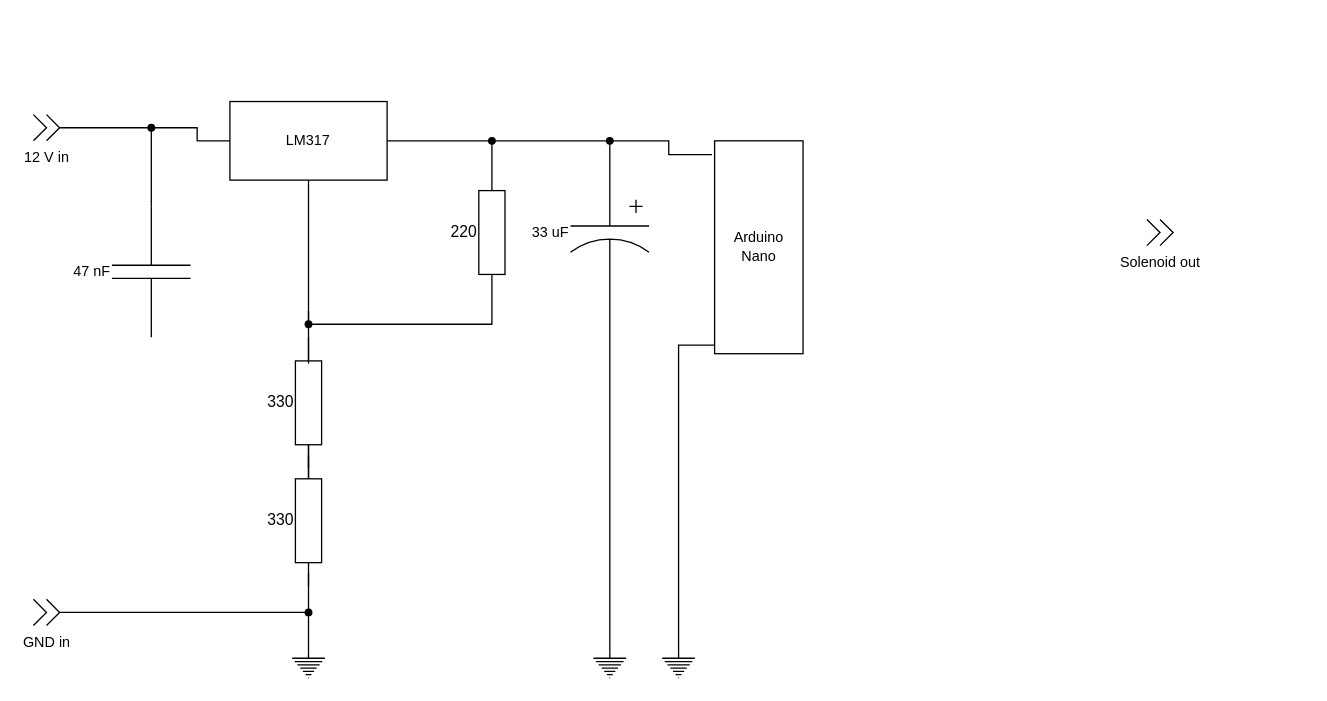
Above: page "Med DRV8801" (2 of 2) of pto_control_schematic.drawio in dangu/pto_control (draw.io), before the change. Source tidied: cells renumbered, new cells numbered last; positions are measured from the earlier drawing's top-left corner, leaving out a move shared by most shapes. Both pictures are drawn from the tidied source at 131%, with x=0, y=0 at pixel (33, 101).
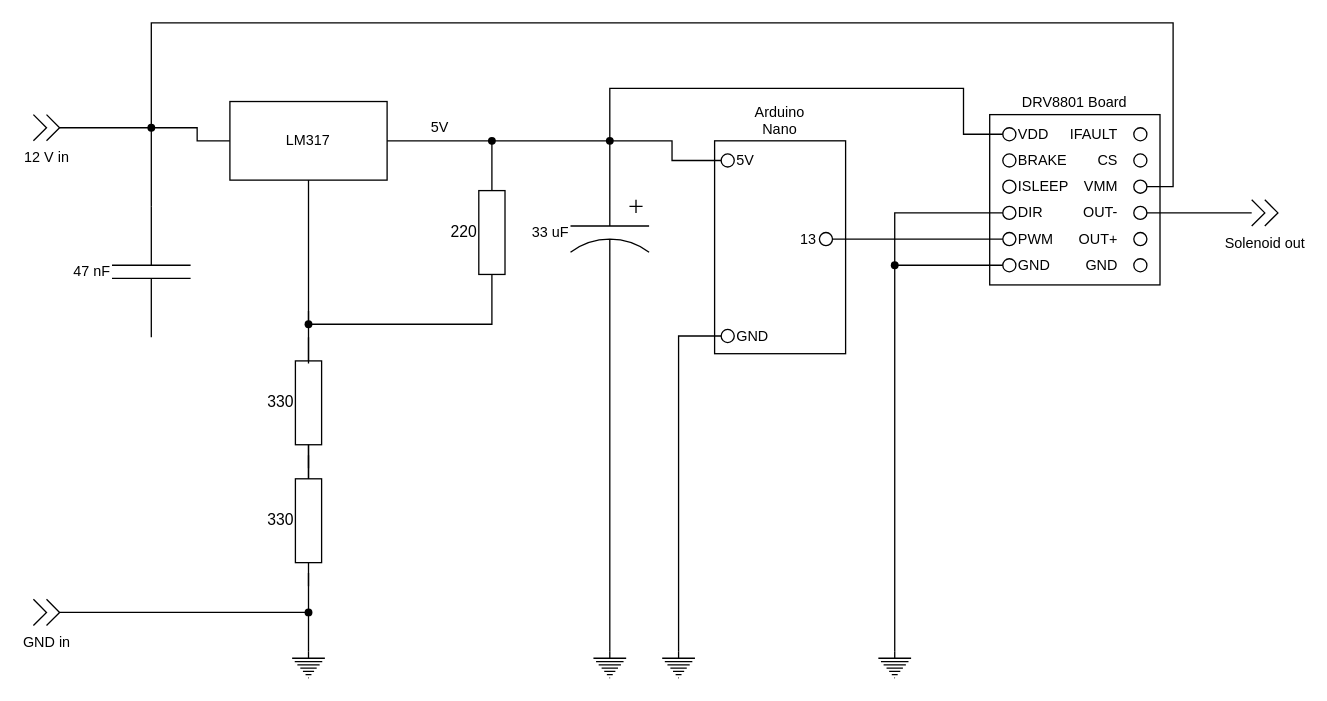
The same page after the edit.

Unchanged cells that the change refers to:
```xml
<mxCell id="11" value="LM317" style="rounded=0;whiteSpace=wrap;html=1;fontFamily=Helvetica;fontSize=11;fontColor=default;" parent="1" vertex="1">
  <mxGeometry x="150" width="120" height="60" as="geometry" />
</mxCell>
<mxCell id="16" style="shape=waypoint;sketch=0;fillStyle=solid;size=6;points=[];fillColor=none;perimeter=centerPerimeter;snapToPoint=1;fontFamily=Helvetica;fontSize=11;fontColor=default;" parent="1" vertex="1">
  <mxGeometry x="340" y="20" width="20" height="20" as="geometry" />
</mxCell>
<mxCell id="24" style="shape=waypoint;sketch=0;fillStyle=solid;size=6;points=[];fillColor=none;perimeter=centerPerimeter;snapToPoint=1;fontFamily=Helvetica;fontSize=11;fontColor=default;" parent="1" vertex="1">
  <mxGeometry x="430" y="20" width="20" height="20" as="geometry" />
</mxCell>
<mxCell id="26" style="verticalLabelPosition=bottom;shadow=0;dashed=0;align=center;html=1;verticalAlign=top;shape=mxgraph.electrical.signal_sources.protective_earth;fontFamily=Helvetica;fontSize=11;fontColor=default;" parent="1" vertex="1">
  <mxGeometry x="480" y="420" width="25" height="20" as="geometry" />
</mxCell>
<mxCell id="29" style="shape=waypoint;sketch=0;fillStyle=solid;size=6;points=[];fillColor=none;perimeter=centerPerimeter;snapToPoint=1;fontFamily=Helvetica;fontSize=11;fontColor=default;" parent="1" vertex="1">
  <mxGeometry x="80" y="10" width="20" height="20" as="geometry" />
</mxCell>
```

What changed in the source:
```diff
@@
-    <mxCell id="15" style="edgeStyle=orthogonalEdgeStyle;shape=connector;rounded=0;jettySize=auto;html=1;labelBackgroundColor=default;strokeColor=default;fontFamily=Helvetica;fontSize=11;fontColor=default;endArrow=none;endFill=0;entryDx=0;entryDy=0;entryPerimeter=0;" parent="1" edge="1" source="11" target="16">
-      <mxGeometry relative="1" as="geometry" />
+    <mxCell id="15" value="5V" style="edgeStyle=orthogonalEdgeStyle;shape=connector;rounded=0;jettySize=auto;html=1;labelBackgroundColor=default;strokeColor=default;fontFamily=Helvetica;fontSize=11;fontColor=default;endArrow=none;endFill=0;entryDx=0;entryDy=0;entryPerimeter=0;" parent="1" edge="1" source="11" target="16">
+      <mxGeometry y="10" relative="1" as="geometry" />
     </mxCell>
@@
-    <mxCell id="21" value="Arduino&lt;br&gt;Nano" style="rounded=0;whiteSpace=wrap;html=1;fontFamily=Helvetica;fontSize=11;fontColor=default;direction=east;points=[[0,0,0,0,0],[0,0.1,0,0,0],[0,0.2,0,0,0],[0,0.25,0,0,0],[0,0.3,0,0,0],[0,0.4,0,0,0],[0,0.5,0,0,0],[0,0.6,0,0,0],[0,0.7,0,0,0],[0,0.75,0,0,0],[0,0.8,0,0,0],[0,0.9,0,0,0],[0,1,0,0,0],[0.25,0,0,0,0],[0.5,0,0,0,0],[0.75,0,0,0,0],[1,0,0,0,0],[1,0.25,0,0,0],[1,0.5,0,0,0],[1,0.75,0,0,0],[1,1,0,0,0]];" parent="1" vertex="1">
-      <mxGeometry x="520" y="30" width="67.5" height="162.5" as="geometry" />
+    <mxCell id="21" value="Arduino&lt;br&gt;Nano" style="rounded=0;whiteSpace=wrap;html=1;fontFamily=Helvetica;fontSize=11;fontColor=default;direction=east;points=[[0,0,0,0,0],[0,0.1,0,0,0],[0,0.2,0,0,0],[0,0.25,0,0,0],[0,0.3,0,0,0],[0,0.4,0,0,0],[0,0.5,0,0,0],[0,0.6,0,0,0],[0,0.7,0,0,0],[0,0.75,0,0,0],[0,0.8,0,0,0],[0,0.9,0,0,0],[0,1,0,0,0],[0.25,0,0,0,0],[0.5,0,0,0,0],[0.75,0,0,0,0],[1,0,0,0,0],[1,0.25,0,0,0],[1,0.5,0,0,0],[1,0.75,0,0,0],[1,1,0,0,0]];labelPosition=center;verticalLabelPosition=top;align=center;verticalAlign=bottom;" parent="1" vertex="1">
+      <mxGeometry x="520" y="30" width="100" height="162.5" as="geometry" />
     </mxCell>
@@
-    <mxCell id="23" style="edgeStyle=orthogonalEdgeStyle;shape=connector;rounded=0;jettySize=auto;html=1;entryX=-0.03;entryY=0.065;entryDx=0;entryDy=0;entryPerimeter=0;labelBackgroundColor=default;strokeColor=default;fontFamily=Helvetica;fontSize=11;fontColor=default;endArrow=none;endFill=0;" parent="1" edge="1" source="24" target="21">
+    <mxCell id="23" style="edgeStyle=orthogonalEdgeStyle;shape=connector;rounded=0;jettySize=auto;html=1;entryX=0;entryY=0.5;entryDx=0;entryDy=0;labelBackgroundColor=default;strokeColor=default;fontFamily=Helvetica;fontSize=11;fontColor=default;endArrow=none;endFill=0;" parent="1" edge="1" source="24" target="75">
       <mxGeometry relative="1" as="geometry" />
     </mxCell>
@@
-    <mxCell id="25" style="edgeStyle=orthogonalEdgeStyle;shape=connector;rounded=0;jettySize=auto;html=1;entryX=0;entryY=0.96;entryDx=0;entryDy=0;entryPerimeter=0;labelBackgroundColor=default;strokeColor=default;fontFamily=Helvetica;fontSize=11;fontColor=default;endArrow=none;endFill=0;exitX=0.5;exitY=0;exitDx=0;exitDy=0;exitPerimeter=0;" parent="1" edge="1" source="26" target="21">
+    <mxCell id="25" style="edgeStyle=orthogonalEdgeStyle;shape=connector;rounded=0;jettySize=auto;html=1;entryX=0;entryY=0.5;entryDx=0;entryDy=0;labelBackgroundColor=default;strokeColor=default;fontFamily=Helvetica;fontSize=11;fontColor=default;endArrow=none;endFill=0;exitX=0.5;exitY=0;exitDx=0;exitDy=0;exitPerimeter=0;" parent="1" edge="1" source="26" target="77">
       <mxGeometry relative="1" as="geometry" />
     </mxCell>
@@
     <mxCell id="36" value="Solenoid out" style="verticalLabelPosition=bottom;shadow=0;dashed=0;align=center;html=1;verticalAlign=top;shape=mxgraph.electrical.miscellaneous.plug_socket_connection;fontFamily=Helvetica;fontSize=11;fontColor=default;direction=south;" parent="1" vertex="1">
-      <mxGeometry x="850" y="90" width="20" height="20" as="geometry" />
+      <mxGeometry x="930" y="75" width="20" height="20" as="geometry" />
     </mxCell>
+    <mxCell id="37" style="group;" parent="1" vertex="1">
+      <mxGeometry x="730" y="10" width="130" height="130" as="geometry" />
+    </mxCell>
+    <mxCell id="38" value="DRV8801 Board" style="rounded=0;whiteSpace=wrap;html=1;fontFamily=Helvetica;fontSize=11;fontColor=default;labelPosition=center;verticalLabelPosition=top;align=center;verticalAlign=bottom;" parent="37" vertex="1">
+      <mxGeometry width="130" height="130" as="geometry" />
+    </mxCell>
+    <mxCell id="39" style="ellipse;whiteSpace=wrap;html=1;fontFamily=Helvetica;fontSize=11;fontColor=default;" parent="37" vertex="1">
+      <mxGeometry x="10" y="10" width="10" height="10" as="geometry" />
+    </mxCell>
+    <mxCell id="40" style="ellipse;whiteSpace=wrap;html=1;fontFamily=Helvetica;fontSize=11;fontColor=default;" parent="37" vertex="1">
+      <mxGeometry x="10" y="30" width="10" height="10" as="geometry" />
+    </mxCell>
+    <mxCell id="41" style="ellipse;whiteSpace=wrap;html=1;fontFamily=Helvetica;fontSize=11;fontColor=default;" parent="37" vertex="1">
+      <mxGeometry x="10" y="50" width="10" height="10" as="geometry" />
+    </mxCell>
+    <mxCell id="42" style="ellipse;whiteSpace=wrap;html=1;fontFamily=Helvetica;fontSize=11;fontColor=default;" parent="37" vertex="1">
+      <mxGeometry x="10" y="90" width="10" height="10" as="geometry" />
+    </mxCell>
+    <mxCell id="43" style="ellipse;whiteSpace=wrap;html=1;fontFamily=Helvetica;fontSize=11;fontColor=default;" parent="37" vertex="1">
+      <mxGeometry x="10" y="70" width="10" height="10" as="geometry" />
+    </mxCell>
+    <mxCell id="44" style="ellipse;whiteSpace=wrap;html=1;fontFamily=Helvetica;fontSize=11;fontColor=default;" parent="37" vertex="1">
+      <mxGeometry x="10" y="110" width="10" height="10" as="geometry" />
+    </mxCell>
+    <mxCell id="45" style="ellipse;whiteSpace=wrap;html=1;fontFamily=Helvetica;fontSize=11;fontColor=default;" parent="37" vertex="1">
+      <mxGeometry x="110" y="10" width="10" height="10" as="geometry" />
+    </mxCell>
+    <mxCell id="46" style="ellipse;whiteSpace=wrap;html=1;fontFamily=Helvetica;fontSize=11;fontColor=default;" parent="37" vertex="1">
+      <mxGeometry x="110" y="30" width="10" height="10" as="geometry" />
+    </mxCell>
+    <mxCell id="47" style="ellipse;whiteSpace=wrap;html=1;fontFamily=Helvetica;fontSize=11;fontColor=default;" parent="37" vertex="1">
+      <mxGeometry x="110" y="50" width="10" height="10" as="geometry" />
+    </mxCell>
+    <mxCell id="48" style="ellipse;whiteSpace=wrap;html=1;fontFamily=Helvetica;fontSize=11;fontColor=default;" parent="37" vertex="1">
+      <mxGeometry x="110" y="90" width="10" height="10" as="geometry" />
+    </mxCell>
+    <mxCell id="49" style="ellipse;whiteSpace=wrap;html=1;fontFamily=Helvetica;fontSize=11;fontColor=default;" parent="37" vertex="1">
+      <mxGeometry x="110" y="70" width="10" height="10" as="geometry" />
+    </mxCell>
+    <mxCell id="50" style="ellipse;whiteSpace=wrap;html=1;fontFamily=Helvetica;fontSize=11;fontColor=default;" parent="37" vertex="1">
+      <mxGeometry x="110" y="110" width="10" height="10" as="geometry" />
+    </mxCell>
+    <mxCell id="51" value="VDD" style="text;html=1;strokeColor=none;fillColor=none;align=left;verticalAlign=middle;whiteSpace=wrap;rounded=0;fontSize=11;fontFamily=Helvetica;fontColor=default;" parent="37" vertex="1">
+      <mxGeometry x="20" y="10" width="30" height="10" as="geometry" />
+    </mxCell>
+    <mxCell id="52" value="BRAKE" style="text;html=1;strokeColor=none;fillColor=none;align=left;verticalAlign=middle;whiteSpace=wrap;rounded=0;fontSize=11;fontFamily=Helvetica;fontColor=default;" parent="37" vertex="1">
+      <mxGeometry x="20" y="30" width="30" height="10" as="geometry" />
+    </mxCell>
+    <mxCell id="53" value="ISLEEP" style="text;html=1;strokeColor=none;fillColor=none;align=left;verticalAlign=middle;whiteSpace=wrap;rounded=0;fontSize=11;fontFamily=Helvetica;fontColor=default;" parent="37" vertex="1">
+      <mxGeometry x="20" y="50" width="30" height="10" as="geometry" />
+    </mxCell>
+    <mxCell id="54" value="DIR" style="text;html=1;strokeColor=none;fillColor=none;align=left;verticalAlign=middle;whiteSpace=wrap;rounded=0;fontSize=11;fontFamily=Helvetica;fontColor=default;" parent="37" vertex="1">
+      <mxGeometry x="20" y="70" width="30" height="10" as="geometry" />
+    </mxCell>
+    <mxCell id="55" value="PWM" style="text;html=1;strokeColor=none;fillColor=none;align=left;verticalAlign=middle;whiteSpace=wrap;rounded=0;fontSize=11;fontFamily=Helvetica;fontColor=default;" parent="37" vertex="1">
+      <mxGeometry x="20" y="90" width="30" height="10" as="geometry" />
+    </mxCell>
+    <mxCell id="56" value="GND" style="text;html=1;strokeColor=none;fillColor=none;align=left;verticalAlign=middle;whiteSpace=wrap;rounded=0;fontSize=11;fontFamily=Helvetica;fontColor=default;" parent="37" vertex="1">
+      <mxGeometry x="20" y="110" width="30" height="10" as="geometry" />
+    </mxCell>
+    <mxCell id="57" value="IFAULT" style="text;html=1;strokeColor=none;fillColor=none;align=right;verticalAlign=middle;whiteSpace=wrap;rounded=0;fontSize=11;fontFamily=Helvetica;fontColor=default;" parent="37" vertex="1">
+      <mxGeometry x="70" y="10" width="30" height="10" as="geometry" />
+    </mxCell>
+    <mxCell id="58" value="GND" style="text;html=1;strokeColor=none;fillColor=none;align=right;verticalAlign=middle;whiteSpace=wrap;rounded=0;fontSize=11;fontFamily=Helvetica;fontColor=default;" parent="37" vertex="1">
+      <mxGeometry x="70" y="110" width="30" height="10" as="geometry" />
+    </mxCell>
+    <mxCell id="59" value="CS" style="text;html=1;strokeColor=none;fillColor=none;align=right;verticalAlign=middle;whiteSpace=wrap;rounded=0;fontSize=11;fontFamily=Helvetica;fontColor=default;" parent="37" vertex="1">
+      <mxGeometry x="70" y="30" width="30" height="10" as="geometry" />
+    </mxCell>
+    <mxCell id="60" value="VMM" style="text;html=1;strokeColor=none;fillColor=none;align=right;verticalAlign=middle;whiteSpace=wrap;rounded=0;fontSize=11;fontFamily=Helvetica;fontColor=default;" parent="37" vertex="1">
+      <mxGeometry x="70" y="50" width="30" height="10" as="geometry" />
+    </mxCell>
+    <mxCell id="61" value="OUT-" style="text;html=1;strokeColor=none;fillColor=none;align=right;verticalAlign=middle;whiteSpace=wrap;rounded=0;fontSize=11;fontFamily=Helvetica;fontColor=default;" parent="37" vertex="1">
+      <mxGeometry x="70" y="70" width="30" height="10" as="geometry" />
+    </mxCell>
+    <mxCell id="62" value="OUT+" style="text;html=1;strokeColor=none;fillColor=none;align=right;verticalAlign=middle;whiteSpace=wrap;rounded=0;fontSize=11;fontFamily=Helvetica;fontColor=default;" parent="37" vertex="1">
+      <mxGeometry x="70" y="90" width="30" height="10" as="geometry" />
+    </mxCell>
+    <mxCell id="63" style="edgeStyle=orthogonalEdgeStyle;shape=connector;rounded=0;jettySize=auto;html=1;entryX=0;entryY=0.5;entryDx=0;entryDy=0;labelBackgroundColor=default;strokeColor=default;fontFamily=Helvetica;fontSize=11;fontColor=default;endArrow=none;endFill=0;exitDx=0;exitDy=0;exitPerimeter=0;" parent="1" edge="1" source="67" target="44">
+      <mxGeometry relative="1" as="geometry" />
+    </mxCell>
+    <mxCell id="64" style="verticalLabelPosition=bottom;shadow=0;dashed=0;align=center;html=1;verticalAlign=top;shape=mxgraph.electrical.signal_sources.protective_earth;fontFamily=Helvetica;fontSize=11;fontColor=default;" parent="1" vertex="1">
+      <mxGeometry x="645" y="420" width="25" height="20" as="geometry" />
+    </mxCell>
+    <mxCell id="65" style="edgeStyle=orthogonalEdgeStyle;shape=connector;rounded=0;jettySize=auto;html=1;entryDx=0;entryDy=0;labelBackgroundColor=default;strokeColor=default;fontFamily=Helvetica;fontSize=11;fontColor=default;endArrow=none;endFill=0;exitX=0.5;exitY=0;exitDx=0;exitDy=0;exitPerimeter=0;" parent="1" edge="1" source="64" target="67">
+      <mxGeometry relative="1" as="geometry" />
+    </mxCell>
+    <mxCell id="66" style="edgeStyle=orthogonalEdgeStyle;shape=connector;rounded=0;jettySize=auto;html=1;entryX=0;entryY=0.5;entryDx=0;entryDy=0;labelBackgroundColor=default;strokeColor=default;fontFamily=Helvetica;fontSize=11;fontColor=default;endArrow=none;endFill=0;" parent="1" edge="1" source="67" target="43">
+      <mxGeometry relative="1" as="geometry">
+        <Array as="points">
+          <mxPoint x="657" y="85" />
+        </Array>
+      </mxGeometry>
+    </mxCell>
+    <mxCell id="67" style="shape=waypoint;sketch=0;fillStyle=solid;size=6;points=[];fillColor=none;perimeter=centerPerimeter;snapToPoint=1;fontFamily=Helvetica;fontSize=11;fontColor=default;" parent="1" vertex="1">
+      <mxGeometry x="647.5" y="115" width="20" height="20" as="geometry" />
+    </mxCell>
+    <mxCell id="68" style="edgeStyle=orthogonalEdgeStyle;shape=connector;rounded=0;jettySize=auto;html=1;entryX=1;entryY=0.5;entryDx=0;entryDy=0;labelBackgroundColor=default;strokeColor=default;fontFamily=Helvetica;fontSize=11;fontColor=default;endArrow=none;endFill=0;" parent="1" edge="1" source="42" target="70">
+      <mxGeometry relative="1" as="geometry" />
+    </mxCell>
+    <mxCell id="69" style="group;" parent="1" vertex="1">
+      <mxGeometry x="570" y="100" width="40" height="10" as="geometry" />
+    </mxCell>
+    <mxCell id="70" style="ellipse;whiteSpace=wrap;html=1;fontFamily=Helvetica;fontSize=11;fontColor=default;" parent="69" vertex="1">
+      <mxGeometry x="30" width="10" height="10" as="geometry" />
+    </mxCell>
+    <mxCell id="71" value="13" style="text;html=1;strokeColor=none;fillColor=none;align=right;verticalAlign=middle;whiteSpace=wrap;rounded=0;fontSize=11;fontFamily=Helvetica;fontColor=default;" parent="69" vertex="1">
+      <mxGeometry width="30" height="10" as="geometry" />
+    </mxCell>
+    <mxCell id="72" style="edgeStyle=orthogonalEdgeStyle;shape=connector;rounded=0;jettySize=auto;html=1;entryX=0.5;entryY=0.25;entryDx=0;entryDy=0;entryPerimeter=0;labelBackgroundColor=default;strokeColor=default;fontFamily=Helvetica;fontSize=11;fontColor=default;endArrow=none;endFill=0;" parent="1" edge="1" source="39" target="24">
+      <mxGeometry relative="1" as="geometry">
+        <Array as="points">
+          <mxPoint x="710" y="25" />
+          <mxPoint x="710" y="-10" />
+          <mxPoint x="440" y="-10" />
+        </Array>
+      </mxGeometry>
+    </mxCell>
+    <mxCell id="73" style="edgeStyle=orthogonalEdgeStyle;shape=connector;rounded=0;jettySize=auto;html=1;labelBackgroundColor=default;strokeColor=default;fontFamily=Helvetica;fontSize=11;fontColor=default;endArrow=none;endFill=0;" parent="1" edge="1" source="49" target="36">
+      <mxGeometry relative="1" as="geometry" />
+    </mxCell>
+    <mxCell id="74" style="edgeStyle=orthogonalEdgeStyle;shape=connector;rounded=0;jettySize=auto;html=1;entryX=0.414;entryY=-0.036;entryDx=0;entryDy=0;entryPerimeter=0;labelBackgroundColor=default;strokeColor=default;fontFamily=Helvetica;fontSize=11;fontColor=default;endArrow=none;endFill=0;" parent="1" edge="1" source="47" target="29">
+      <mxGeometry relative="1" as="geometry">
+        <Array as="points">
+          <mxPoint x="870" y="65" />
+          <mxPoint x="870" y="-60" />
+          <mxPoint x="90" y="-60" />
+        </Array>
+      </mxGeometry>
+    </mxCell>
+    <mxCell id="75" style="ellipse;whiteSpace=wrap;html=1;fontFamily=Helvetica;fontSize=11;fontColor=default;" parent="1" vertex="1">
+      <mxGeometry x="525" y="40" width="10" height="10" as="geometry" />
+    </mxCell>
+    <mxCell id="76" value="5V" style="text;html=1;strokeColor=none;fillColor=none;align=left;verticalAlign=middle;whiteSpace=wrap;rounded=0;fontSize=11;fontFamily=Helvetica;fontColor=default;" parent="1" vertex="1">
+      <mxGeometry x="535" y="40" width="30" height="10" as="geometry" />
+    </mxCell>
+    <mxCell id="77" style="ellipse;whiteSpace=wrap;html=1;fontFamily=Helvetica;fontSize=11;fontColor=default;" parent="1" vertex="1">
+      <mxGeometry x="525" y="174" width="10" height="10" as="geometry" />
+    </mxCell>
+    <mxCell id="78" value="GND" style="text;html=1;strokeColor=none;fillColor=none;align=left;verticalAlign=middle;whiteSpace=wrap;rounded=0;fontSize=11;fontFamily=Helvetica;fontColor=default;" parent="1" vertex="1">
+      <mxGeometry x="535" y="174" width="30" height="10" as="geometry" />
+    </mxCell>
```
